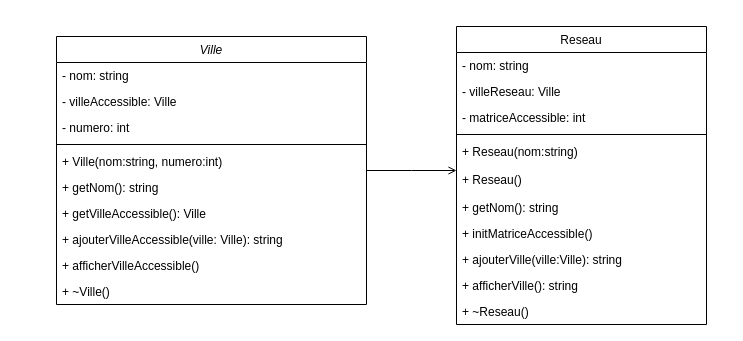
Above: src/SAE2.02.drawio in Koroh63/Sae-2.02 (draw.io), before the change. Source tidied: cells renumbered, new cells numbered last; positions are measured from the earlier drawing's top-left corner, leaving out a move shared by most shapes. Both pictures are drawn from the tidied source at 100%, with x=0, y=0 at pixel (56, 26).
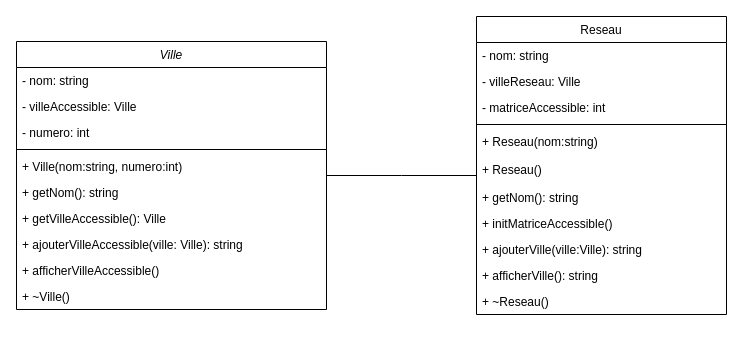
Above is the later version.

Change to the diagram source:
```diff
@@
     <mxCell id="2" value="Ville" style="swimlane;fontStyle=2;align=center;verticalAlign=top;horizontal=1;startSize=26;rounded=0;shadow=0;strokeWidth=1;" parent="1" vertex="1">
-      <mxGeometry y="10" width="310" height="268" as="geometry" />
+      <mxGeometry x="-40" y="15" width="310" height="268" as="geometry" />
     </mxCell>
@@
     <mxCell id="13" value="Reseau" style="swimlane;fontStyle=0;align=center;verticalAlign=top;horizontal=1;startSize=26;rounded=0;shadow=0;strokeWidth=1;" parent="1" vertex="1">
-      <mxGeometry x="400" width="250" height="298" as="geometry" />
+      <mxGeometry x="420" y="-10" width="250" height="298" as="geometry" />
     </mxCell>
@@
-    <mxCell id="25" style="endArrow=open;shadow=0;strokeWidth=1;rounded=0;endFill=1;edgeStyle=elbowEdgeStyle;elbow=vertical;" parent="1" edge="1" source="2" target="13">
+    <mxCell id="25" style="endArrow=none;shadow=0;strokeWidth=1;rounded=0;endFill=0;edgeStyle=elbowEdgeStyle;elbow=vertical;strokeColor=default;" parent="1" edge="1" source="2" target="13">
       <mxGeometry x="0.5" y="41" relative="1" as="geometry">
         <mxPoint x="-40" y="32" as="offset" />
       </mxGeometry>
     </mxCell>
```
